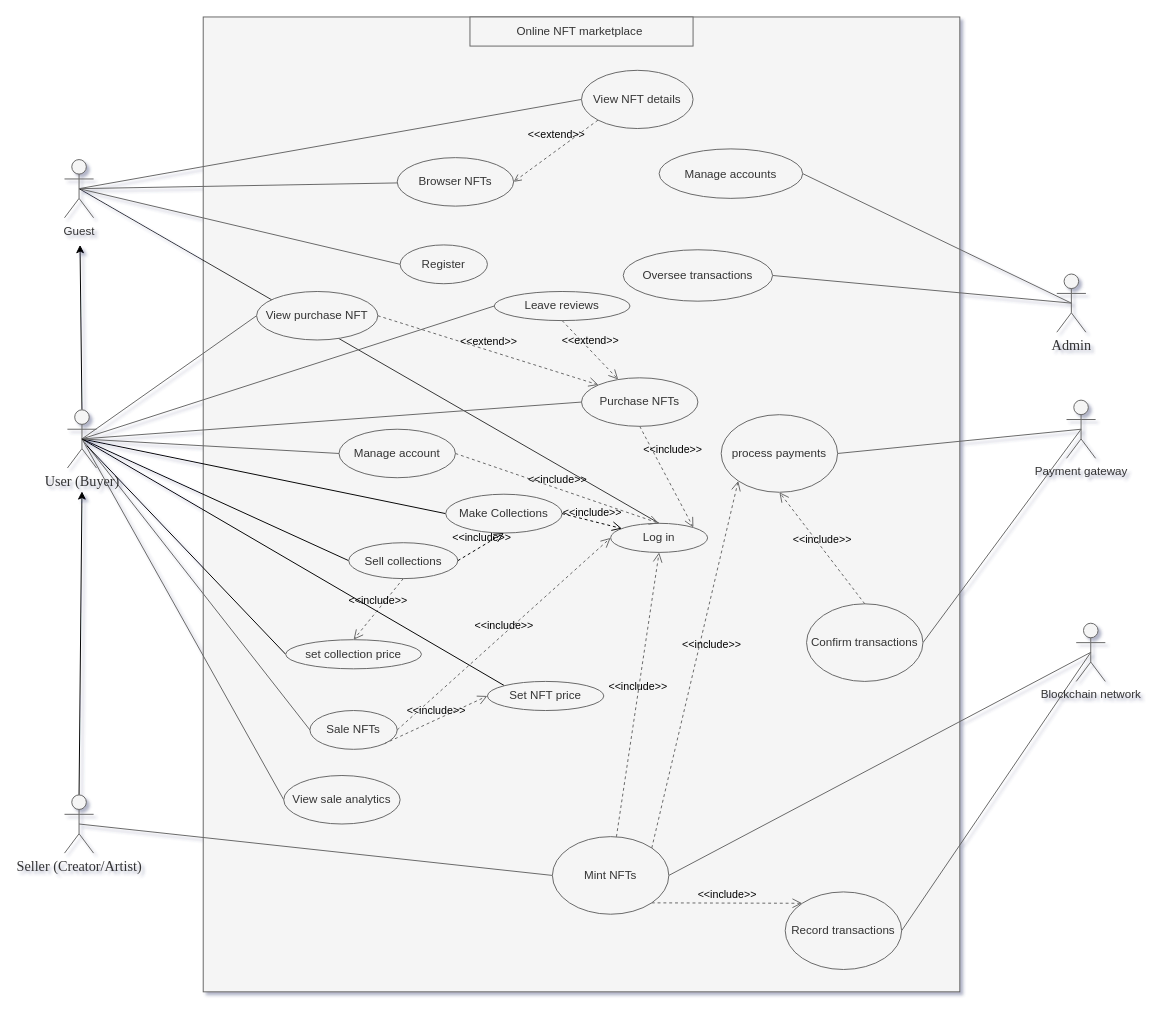
Above: documents/use-case.drawio in twilight2368/nft-marketplace-2024 (draw.io), before the change. Source tidied: cells renumbered, new cells numbered last; positions are measured from the earlier drawing's top-left corner, leaving out a move shared by most shapes. Both pictures are drawn from the tidied source at 97%, with x=0, y=0 at pixel (64, 16).
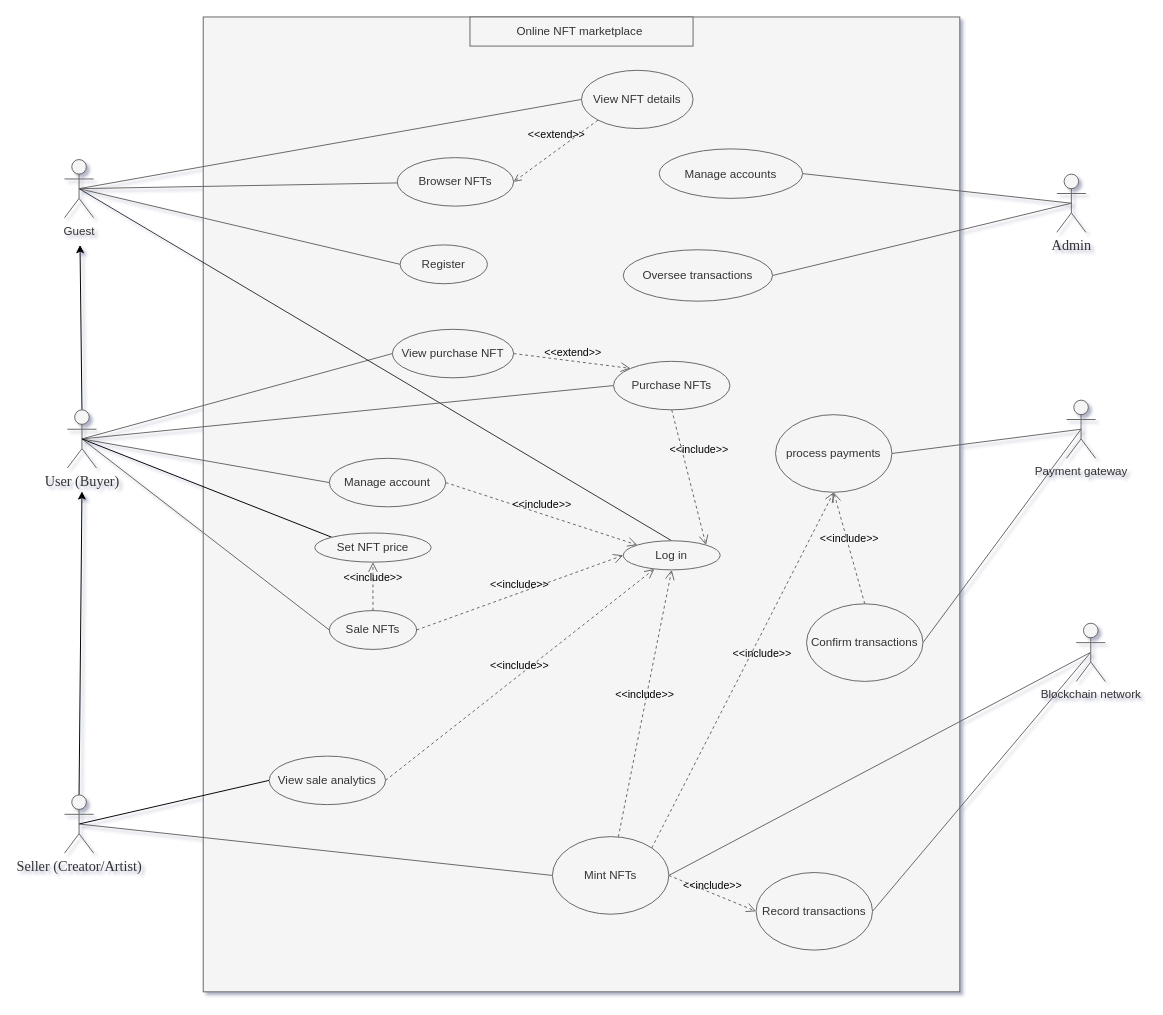
Above is the later version.

Unchanged cells that the change refers to:
```xml
<mxCell id="10" value="&lt;span style=&quot;font-size:11.0pt;mso-bidi-font-size:&lt;br/&gt;14.0pt;line-height:107%;font-family:&amp;quot;Times New Roman&amp;quot;,serif;mso-fareast-font-family:&lt;br/&gt;&amp;quot;Yu Mincho&amp;quot;;mso-fareast-theme-font:minor-fareast;mso-ansi-language:VI;&lt;br/&gt;mso-fareast-language:JA;mso-bidi-language:AR-SA&quot; lang=&quot;VI&quot;&gt;User (Buyer)&lt;/span&gt;" style="shape=umlActor;verticalLabelPosition=bottom;verticalAlign=top;html=1;strokeColor=#666666;fontColor=#333333;labelBackgroundColor=none;fillColor=#f5f5f5;" parent="1" vertex="1">
  <mxGeometry x="3" y="405" width="30" height="60" as="geometry" />
</mxCell>
<mxCell id="16" value="&lt;span style=&quot;font-size:11.0pt;mso-bidi-font-size:&lt;br/&gt;14.0pt;line-height:107%;font-family:&amp;quot;Times New Roman&amp;quot;,serif;mso-fareast-font-family:&lt;br/&gt;&amp;quot;Yu Mincho&amp;quot;;mso-fareast-theme-font:minor-fareast;mso-ansi-language:VI;&lt;br/&gt;mso-fareast-language:JA;mso-bidi-language:AR-SA&quot; lang=&quot;VI&quot;&gt;Seller (Creator/Artist)&lt;/span&gt;" style="shape=umlActor;verticalLabelPosition=bottom;verticalAlign=top;html=1;fillColor=#f5f5f5;strokeColor=#666666;fontColor=#333333;labelBackgroundColor=none;" parent="1" vertex="1">
  <mxGeometry y="802" width="30" height="60" as="geometry" />
</mxCell>
<mxCell id="30" value="Mint NFTs" style="ellipse;whiteSpace=wrap;html=1;strokeColor=#666666;fontColor=#333333;labelBackgroundColor=none;fillColor=#f5f5f5;" parent="1" vertex="1">
  <mxGeometry x="503" y="845" width="120" height="80" as="geometry" />
</mxCell>
```

The edit, as a diff of the source:
```diff
@@
-    <mxCell id="8" style="edgeStyle=none;html=1;exitX=0.5;exitY=0.5;exitDx=0;exitDy=0;exitPerimeter=0;entryX=0;entryY=0.5;entryDx=0;entryDy=0;endArrow=none;endFill=0;strokeColor=#000000;" parent="1" edge="1" source="10" target="57">
-      <mxGeometry relative="1" as="geometry" />
-    </mxCell>
-    <mxCell id="9" style="edgeStyle=none;html=1;exitX=0.5;exitY=0.5;exitDx=0;exitDy=0;exitPerimeter=0;entryX=0;entryY=0.5;entryDx=0;entryDy=0;strokeColor=#000000;startArrow=none;startFill=0;endArrow=none;endFill=0;" parent="1" edge="1" source="10" target="58">
-      <mxGeometry relative="1" as="geometry" />
-    </mxCell>
@@
-    <mxCell id="14" style="edgeStyle=none;html=1;exitX=0.5;exitY=0.5;exitDx=0;exitDy=0;exitPerimeter=0;entryX=0;entryY=0.5;entryDx=0;entryDy=0;endArrow=none;endFill=0;strokeColor=#666666;fontColor=#000000;labelBackgroundColor=none;fillColor=#f5f5f5;" parent="1" edge="1" source="10" target="33">
-      <mxGeometry relative="1" as="geometry" />
-    </mxCell>
@@
+    <mxCell id="67" style="edgeStyle=none;html=1;exitX=0.5;exitY=0.5;exitDx=0;exitDy=0;exitPerimeter=0;entryX=0;entryY=0.5;entryDx=0;entryDy=0;endArrow=none;endFill=0;" parent="1" edge="1" source="16" target="33">
+      <mxGeometry relative="1" as="geometry" />
+    </mxCell>
@@
     <mxCell id="17" value="&lt;span style=&quot;font-size:11.0pt;mso-bidi-font-size:&lt;br/&gt;14.0pt;line-height:107%;font-family:&amp;quot;Times New Roman&amp;quot;,serif;mso-fareast-font-family:&lt;br/&gt;&amp;quot;Yu Mincho&amp;quot;;mso-fareast-theme-font:minor-fareast;mso-ansi-language:VI;&lt;br/&gt;mso-fareast-language:JA;mso-bidi-language:AR-SA&quot; lang=&quot;VI&quot;&gt;Admin&lt;/span&gt;" style="shape=umlActor;verticalLabelPosition=bottom;verticalAlign=top;html=1;outlineConnect=0;strokeColor=#666666;fontColor=#333333;labelBackgroundColor=none;fillColor=#f5f5f5;" parent="1" vertex="1">
-      <mxGeometry x="1023" y="265" width="30" height="60" as="geometry" />
+      <mxGeometry x="1023" y="162" width="30" height="60" as="geometry" />
     </mxCell>
     <mxCell id="18" value="Log in" style="ellipse;whiteSpace=wrap;html=1;strokeColor=#666666;fontColor=#333333;labelBackgroundColor=none;fillColor=#f5f5f5;" parent="1" vertex="1">
-      <mxGeometry x="563" y="522" width="100" height="30" as="geometry" />
+      <mxGeometry x="576" y="540" width="100" height="30" as="geometry" />
     </mxCell>
@@
     <mxCell id="25" value="Purchase NFTs" style="ellipse;whiteSpace=wrap;html=1;strokeColor=#666666;fontColor=#333333;labelBackgroundColor=none;fillColor=#f5f5f5;" parent="1" vertex="1">
-      <mxGeometry x="533" y="372" width="120" height="50" as="geometry" />
+      <mxGeometry x="566" y="355" width="120" height="50" as="geometry" />
     </mxCell>
     <mxCell id="26" value="View purchase NFT" style="ellipse;whiteSpace=wrap;html=1;strokeColor=#666666;fontColor=#333333;labelBackgroundColor=none;fillColor=#f5f5f5;" parent="1" vertex="1">
-      <mxGeometry x="198" y="283" width="125" height="50" as="geometry" />
+      <mxGeometry x="338" y="322" width="125" height="50" as="geometry" />
     </mxCell>
-    <mxCell id="27" style="edgeStyle=none;html=1;exitX=0;exitY=0.5;exitDx=0;exitDy=0;entryX=0.5;entryY=0.5;entryDx=0;entryDy=0;entryPerimeter=0;endArrow=none;endFill=0;strokeColor=#666666;fontColor=#000000;labelBackgroundColor=none;fillColor=#f5f5f5;" parent="1" edge="1" source="28" target="10">
-      <mxGeometry relative="1" as="geometry" />
-    </mxCell>
-    <mxCell id="28" value="Leave reviews" style="ellipse;whiteSpace=wrap;html=1;strokeColor=#666666;fontColor=#333333;labelBackgroundColor=none;fillColor=#f5f5f5;" parent="1" vertex="1">
-      <mxGeometry x="443" y="283" width="140" height="30" as="geometry" />
-    </mxCell>
@@
     <mxCell id="32" value="Manage account" style="ellipse;whiteSpace=wrap;html=1;strokeColor=#666666;fontColor=#333333;labelBackgroundColor=none;fillColor=#f5f5f5;" parent="1" vertex="1">
-      <mxGeometry x="283" y="425" width="120" height="50" as="geometry" />
+      <mxGeometry x="273" y="455" width="120" height="50" as="geometry" />
     </mxCell>
     <mxCell id="33" value="View sale analytics" style="ellipse;whiteSpace=wrap;html=1;strokeColor=#666666;fontColor=#333333;labelBackgroundColor=none;fillColor=#f5f5f5;" parent="1" vertex="1">
-      <mxGeometry x="226" y="782" width="120" height="50" as="geometry" />
+      <mxGeometry x="211" y="762" width="120" height="50" as="geometry" />
     </mxCell>
@@
     <mxCell id="39" value="Record transactions" style="ellipse;whiteSpace=wrap;html=1;strokeColor=#666666;fontColor=#333333;labelBackgroundColor=none;fillColor=#f5f5f5;" parent="1" vertex="1">
-      <mxGeometry x="743" y="902" width="120" height="80" as="geometry" />
+      <mxGeometry x="713" y="882" width="120" height="80" as="geometry" />
     </mxCell>
@@
     <mxCell id="44" value="process payments" style="ellipse;whiteSpace=wrap;html=1;strokeColor=#666666;fontColor=#333333;labelBackgroundColor=none;fillColor=#f5f5f5;" parent="1" vertex="1">
-      <mxGeometry x="677" y="410" width="120" height="80" as="geometry" />
+      <mxGeometry x="733" y="410" width="120" height="80" as="geometry" />
     </mxCell>
@@
-    <mxCell id="48" value="&amp;lt;&amp;lt;include&amp;gt;&amp;gt;" style="endArrow=open;startArrow=none;endFill=0;startFill=0;endSize=8;html=1;verticalAlign=bottom;dashed=1;labelBackgroundColor=none;exitX=1;exitY=0;exitDx=0;exitDy=0;entryX=0;entryY=1;entryDx=0;entryDy=0;strokeColor=#666666;fontColor=#000000;fillColor=#f5f5f5;" parent="1" edge="1" source="30" target="44">
+    <mxCell id="48" value="&amp;lt;&amp;lt;include&amp;gt;&amp;gt;" style="endArrow=open;startArrow=none;endFill=0;startFill=0;endSize=8;html=1;verticalAlign=bottom;dashed=1;labelBackgroundColor=none;exitX=1;exitY=0;exitDx=0;exitDy=0;entryX=0.5;entryY=1;entryDx=0;entryDy=0;strokeColor=#666666;fontColor=#000000;fillColor=#f5f5f5;" parent="1" edge="1" source="30" target="44">
       <mxGeometry x="0.08" y="-14" relative="1" as="geometry" />
     </mxCell>
@@
-    <mxCell id="51" value="&amp;lt;&amp;lt;extend&amp;gt;&amp;gt;" style="endArrow=open;startArrow=none;endFill=0;startFill=0;endSize=8;html=1;verticalAlign=bottom;dashed=1;labelBackgroundColor=none;exitX=0.5;exitY=1;exitDx=0;exitDy=0;strokeColor=#666666;fontColor=#000000;fillColor=#f5f5f5;" parent="1" edge="1" source="28" target="25">
-      <mxGeometry relative="1" as="geometry" />
-    </mxCell>
-    <mxCell id="52" value="&amp;lt;&amp;lt;include&amp;gt;&amp;gt;" style="endArrow=open;startArrow=none;endFill=0;startFill=0;endSize=8;html=1;verticalAlign=bottom;dashed=1;labelBackgroundColor=none;exitX=1;exitY=0.5;exitDx=0;exitDy=0;entryX=0.5;entryY=0;entryDx=0;entryDy=0;strokeColor=#666666;fontColor=#000000;fillColor=#f5f5f5;" parent="1" edge="1" source="32" target="18">
+    <mxCell id="52" value="&amp;lt;&amp;lt;include&amp;gt;&amp;gt;" style="endArrow=open;startArrow=none;endFill=0;startFill=0;endSize=8;html=1;verticalAlign=bottom;dashed=1;labelBackgroundColor=none;exitX=1;exitY=0.5;exitDx=0;exitDy=0;entryX=0;entryY=0;entryDx=0;entryDy=0;strokeColor=#666666;fontColor=#000000;fillColor=#f5f5f5;" parent="1" edge="1" source="32" target="18">
       <mxGeometry relative="1" as="geometry" />
     </mxCell>
-    <mxCell id="53" value="&amp;lt;&amp;lt;include&amp;gt;&amp;gt;" style="endArrow=open;startArrow=none;endFill=0;startFill=0;endSize=8;html=1;verticalAlign=bottom;dashed=1;labelBackgroundColor=none;exitX=1;exitY=1;exitDx=0;exitDy=0;entryX=0;entryY=0;entryDx=0;entryDy=0;strokeColor=#666666;fontColor=#000000;fillColor=#f5f5f5;" parent="1" edge="1" source="30" target="39">
+    <mxCell id="53" value="&amp;lt;&amp;lt;include&amp;gt;&amp;gt;" style="endArrow=open;startArrow=none;endFill=0;startFill=0;endSize=8;html=1;verticalAlign=bottom;dashed=1;labelBackgroundColor=none;exitX=1;exitY=0.5;exitDx=0;exitDy=0;entryX=0;entryY=0.5;entryDx=0;entryDy=0;strokeColor=#666666;fontColor=#000000;fillColor=#f5f5f5;" parent="1" edge="1" source="30" target="39">
       <mxGeometry relative="1" as="geometry" />
     </mxCell>
@@
     <mxCell id="55" value="Sale NFTs" style="ellipse;whiteSpace=wrap;html=1;strokeColor=#666666;fontColor=#333333;labelBackgroundColor=none;fillColor=#f5f5f5;" parent="1" vertex="1">
-      <mxGeometry x="253" y="715" width="90" height="40" as="geometry" />
+      <mxGeometry x="273" y="612" width="90" height="40" as="geometry" />
     </mxCell>
@@
-    <mxCell id="57" value="Make Collections" style="ellipse;whiteSpace=wrap;html=1;fillColor=#f5f5f5;fontColor=#333333;strokeColor=#666666;" parent="1" vertex="1">
-      <mxGeometry x="393" y="492" width="120" height="40" as="geometry" />
-    </mxCell>
-    <mxCell id="58" value="Sell collections" style="ellipse;whiteSpace=wrap;html=1;labelBackgroundColor=none;fillColor=#f5f5f5;fontColor=#333333;strokeColor=#666666;" parent="1" vertex="1">
-      <mxGeometry x="293" y="542" width="112.5" height="37" as="geometry" />
-    </mxCell>
-    <mxCell id="59" value="&amp;lt;&amp;lt;include&amp;gt;&amp;gt;" style="endArrow=open;startArrow=none;endFill=0;startFill=0;endSize=8;html=1;verticalAlign=bottom;dashed=1;labelBackgroundColor=none;strokeColor=#000000;exitX=1;exitY=0.5;exitDx=0;exitDy=0;entryX=0.5;entryY=1;entryDx=0;entryDy=0;" parent="1" edge="1" source="58" target="57">
-      <mxGeometry relative="1" as="geometry" />
-    </mxCell>
-    <mxCell id="60" value="&amp;lt;&amp;lt;include&amp;gt;&amp;gt;" style="endArrow=open;startArrow=none;endFill=0;startFill=0;endSize=8;html=1;verticalAlign=bottom;dashed=1;labelBackgroundColor=none;strokeColor=#000000;exitX=1;exitY=0.5;exitDx=0;exitDy=0;" parent="1" edge="1" source="57" target="18">
-      <mxGeometry relative="1" as="geometry" />
-    </mxCell>
@@
     <mxCell id="62" value="Set NFT price" style="ellipse;whiteSpace=wrap;html=1;labelBackgroundColor=none;fillColor=#f5f5f5;fontColor=#333333;strokeColor=#666666;" parent="1" vertex="1">
-      <mxGeometry x="436" y="685" width="120" height="30" as="geometry" />
+      <mxGeometry x="258" y="532" width="120" height="30" as="geometry" />
     </mxCell>
-    <mxCell id="63" style="edgeStyle=none;html=1;exitX=0;exitY=0.5;exitDx=0;exitDy=0;strokeColor=#000000;strokeWidth=1;startArrow=none;startFill=0;endArrow=none;endFill=0;" parent="1" edge="1" source="64">
-      <mxGeometry relative="1" as="geometry">
-        <mxPoint x="23" y="442" as="targetPoint" />
-      </mxGeometry>
-    </mxCell>
-    <mxCell id="64" value="set collection price" style="ellipse;whiteSpace=wrap;html=1;labelBackgroundColor=none;fillColor=#f5f5f5;fontColor=#333333;strokeColor=#666666;" parent="1" vertex="1">
-      <mxGeometry x="228" y="642" width="140" height="30" as="geometry" />
-    </mxCell>
-    <mxCell id="65" value="&amp;lt;&amp;lt;include&amp;gt;&amp;gt;" style="endArrow=open;startArrow=none;endFill=0;startFill=0;endSize=8;html=1;verticalAlign=bottom;dashed=1;labelBackgroundColor=none;exitX=1;exitY=1;exitDx=0;exitDy=0;entryX=0;entryY=0.5;entryDx=0;entryDy=0;strokeColor=#666666;fontColor=#000000;fillColor=#f5f5f5;" parent="1" edge="1" source="55" target="62">
+    <mxCell id="65" value="&amp;lt;&amp;lt;include&amp;gt;&amp;gt;" style="endArrow=open;startArrow=none;endFill=0;startFill=0;endSize=8;html=1;verticalAlign=bottom;dashed=1;labelBackgroundColor=none;exitX=0.5;exitY=0;exitDx=0;exitDy=0;entryX=0.5;entryY=1;entryDx=0;entryDy=0;strokeColor=#666666;fontColor=#000000;fillColor=#f5f5f5;" parent="1" edge="1" source="55" target="62">
       <mxGeometry relative="1" as="geometry" />
     </mxCell>
-    <mxCell id="66" value="&amp;lt;&amp;lt;include&amp;gt;&amp;gt;" style="endArrow=open;startArrow=none;endFill=0;startFill=0;endSize=8;html=1;verticalAlign=bottom;dashed=1;labelBackgroundColor=none;exitX=0.5;exitY=1;exitDx=0;exitDy=0;entryX=0.5;entryY=0;entryDx=0;entryDy=0;strokeColor=#666666;fontColor=#000000;fillColor=#f5f5f5;" parent="1" edge="1" source="58" target="64">
-      <mxGeometry relative="1" as="geometry" />
-    </mxCell>
+    <mxCell id="68" value="&amp;lt;&amp;lt;include&amp;gt;&amp;gt;" style="endArrow=open;startArrow=none;endFill=0;startFill=0;endSize=8;html=1;verticalAlign=bottom;dashed=1;labelBackgroundColor=none;exitX=1;exitY=0.5;exitDx=0;exitDy=0;strokeColor=#666666;fontColor=#000000;fillColor=#f5f5f5;" parent="1" edge="1" source="33" target="18">
+      <mxGeometry relative="1" as="geometry" />
+    </mxCell>
```
